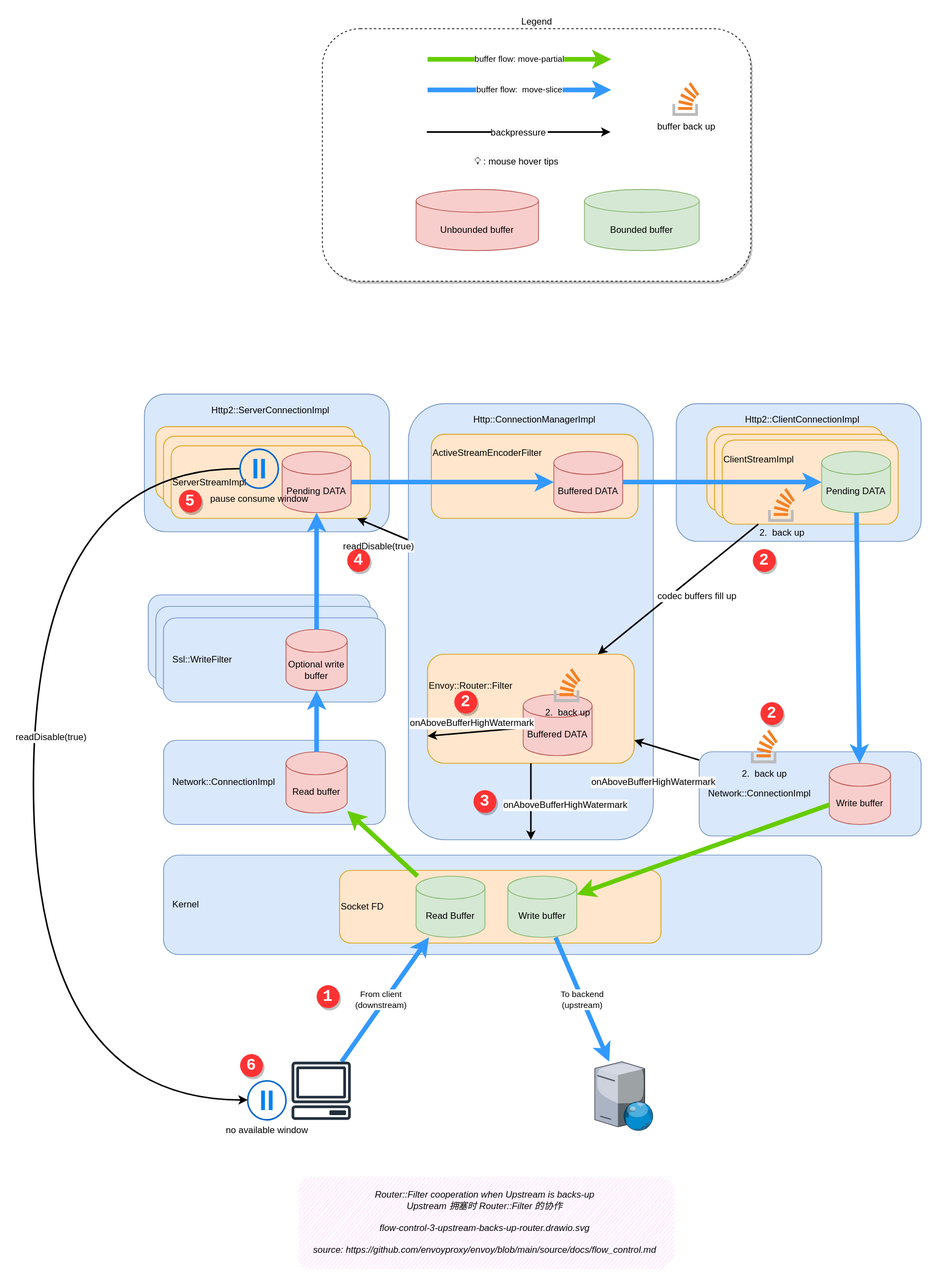
Before: docs/source/ch2-envoy/arch/flow-control/flow-control-3-upstream-backs-up-router.drawio.svg, a diagram exported from draw.io (labilezhu/istio-insider). Source tidied: cells renumbered, new cells last; positions are measured from the earlier drawing's top-left corner, leaving out a move shared by most shapes.
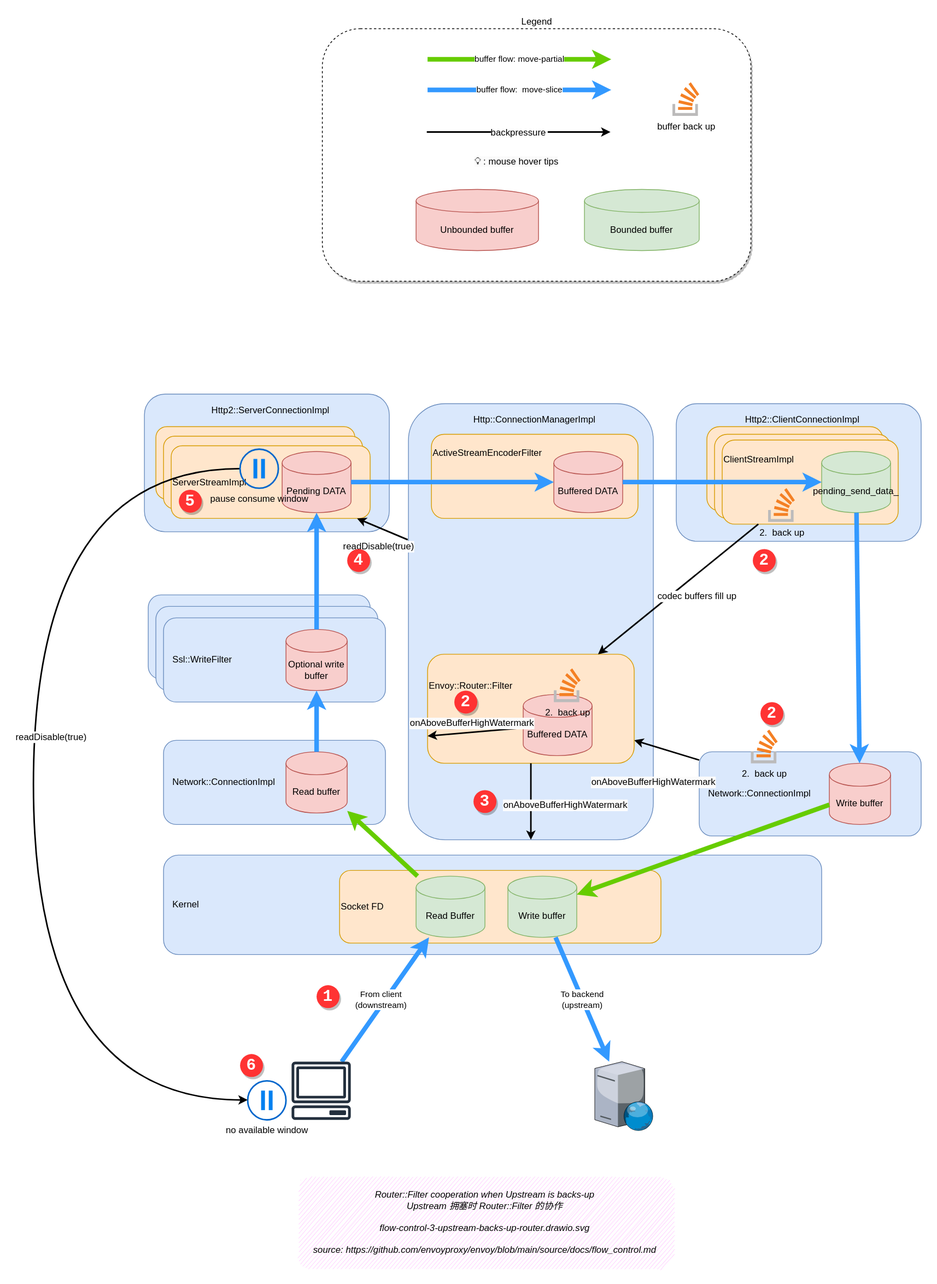
Later version of the same file.

What changed in the source:
```diff
@@ -114,7 +114,7 @@
     <mxCell id="37" value="ClientStreamImpl" style="rounded=1;whiteSpace=wrap;html=1;align=left;fillColor=#ffe6cc;strokeColor=#d79b00;spacingBottom=60;" parent="1" vertex="1">
       <mxGeometry x="900" y="537.5" width="230" height="110" as="geometry" />
     </mxCell>
-    <mxCell id="38" value="Pending DATA" style="shape=cylinder3;whiteSpace=wrap;html=1;boundedLbl=1;backgroundOutline=1;size=15;fillColor=#d5e8d4;strokeColor=#82b366;" parent="1" vertex="1">
+    <mxCell id="38" value="pending_send_data_" style="shape=cylinder3;whiteSpace=wrap;html=1;boundedLbl=1;backgroundOutline=1;size=15;fillColor=#d5e8d4;strokeColor=#82b366;" parent="1" vertex="1">
       <mxGeometry x="1030" y="552.5" width="90" height="80" as="geometry" />
     </mxCell>
     <mxCell id="39" style="endArrow=none;html=1;strokeColor=#3399FF;fontColor=#000000;strokeWidth=6;startArrow=classic;startFill=1;endFill=0;" parent="1" edge="1" source="38" target="19">
```
